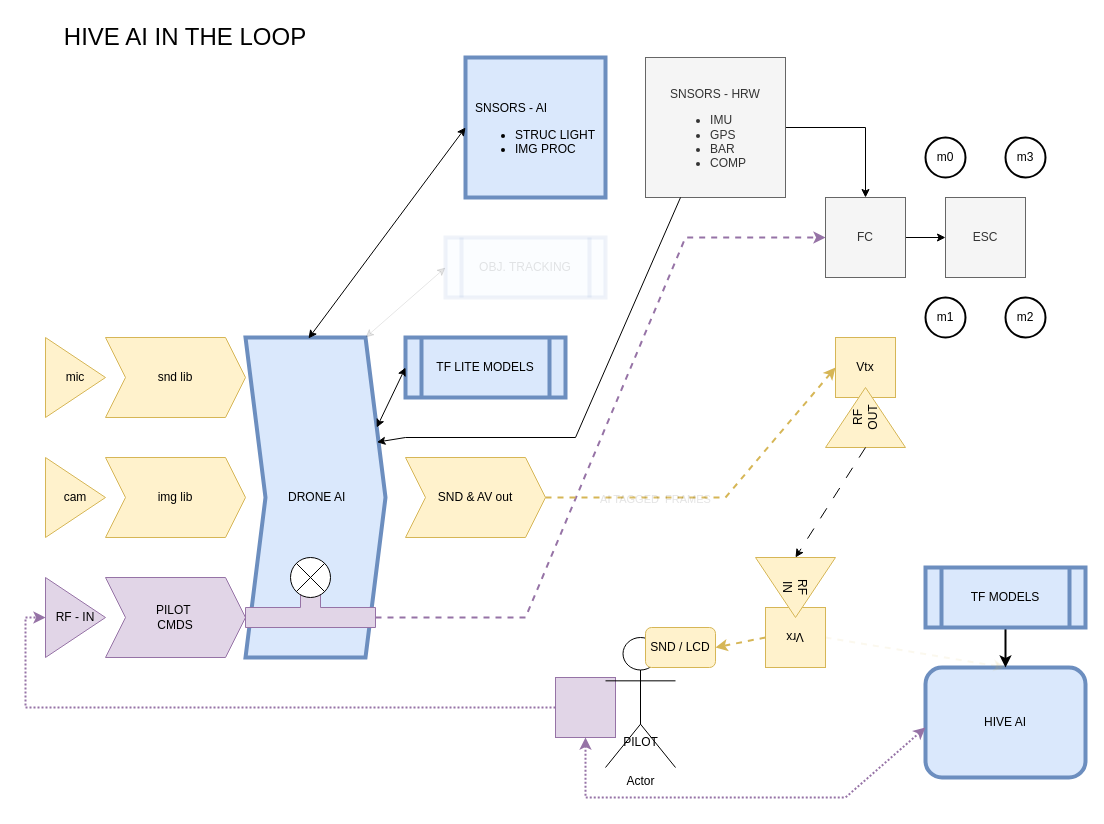
iotech-systems/ai-in-the-loop keeps this draw.io diagram as docs/aiitl-full-pipe-v0.drawio. Above is the earlier version. Source tidied: cells renumbered, new cells numbered last; positions are measured from the earlier drawing's top-left corner, leaving out a move shared by most shapes. Both pictures are drawn from the tidied source at 100%, with x=0, y=0 at pixel (45, 17).
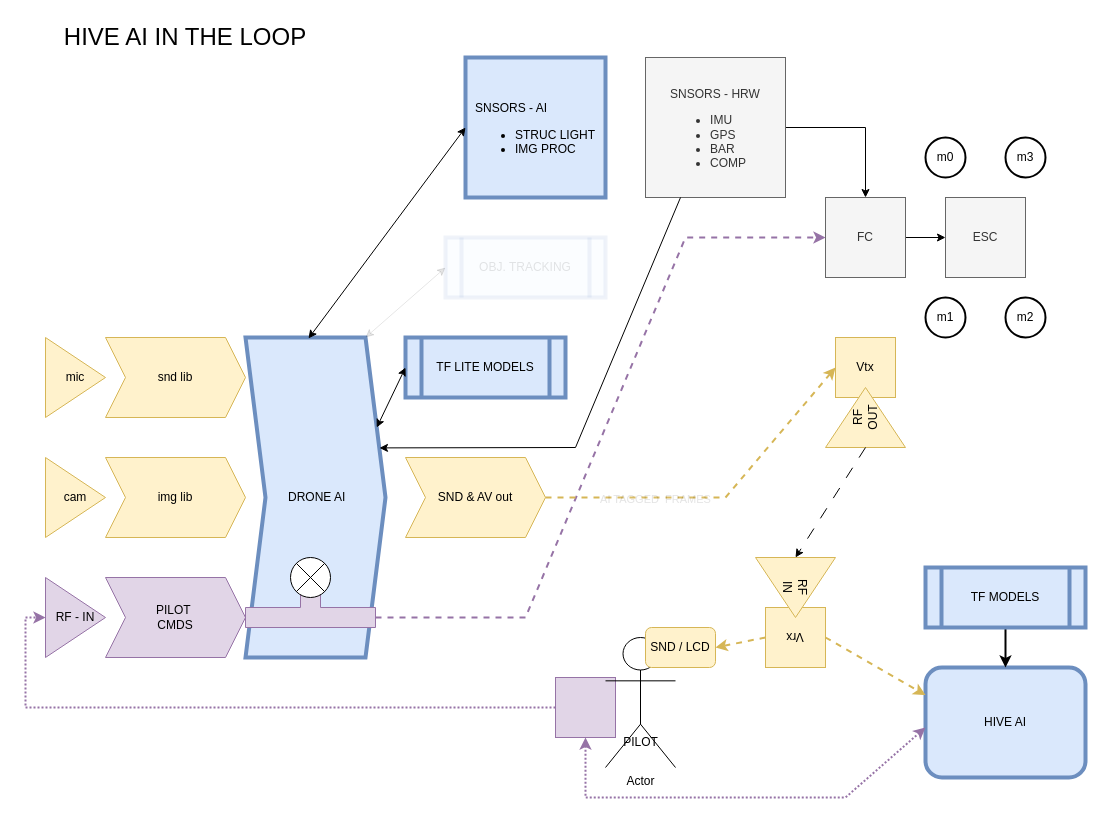
After the change.

The change refers to these unchanged cells:
```xml
<mxCell id="14" value="&lt;div align=&quot;left&quot;&gt;&lt;br&gt;&lt;/div&gt;&lt;div align=&quot;left&quot;&gt;&lt;br&gt;&lt;/div&gt;&lt;div align=&quot;left&quot;&gt;&lt;br&gt;&lt;/div&gt;&lt;div align=&quot;left&quot;&gt;SNSORS - HRW&lt;br&gt;&lt;/div&gt;&lt;div align=&quot;left&quot;&gt;&lt;ul&gt;&lt;li&gt;IMU&lt;/li&gt;&lt;li&gt;GPS&lt;/li&gt;&lt;li&gt;BAR&lt;/li&gt;&lt;li&gt;COMP&lt;/li&gt;&lt;/ul&gt;&lt;/div&gt;&lt;div&gt;&lt;br&gt;&lt;/div&gt;&lt;div&gt;&lt;br&gt;&lt;/div&gt;" style="whiteSpace=wrap;html=1;fillColor=#f5f5f5;fontColor=#333333;strokeColor=#666666;" parent="1" vertex="1">
  <mxGeometry x="600" y="40" width="140" height="140" as="geometry" />
</mxCell>
<mxCell id="24" value="&lt;div&gt;&amp;nbsp;DRONE AI&lt;/div&gt;" style="shape=step;perimeter=stepPerimeter;whiteSpace=wrap;html=1;fixedSize=1;fillColor=#dae8fc;strokeColor=#6c8ebf;strokeWidth=4;" parent="23" vertex="1">
  <mxGeometry width="140" height="320" as="geometry" />
</mxCell>
<mxCell id="31" value="&lt;div&gt;Vrx&lt;/div&gt;" style="whiteSpace=wrap;html=1;fillColor=#fff2cc;strokeColor=#d6b656;rotation=-180;" parent="30" vertex="1">
  <mxGeometry x="10" y="50" width="60" height="60" as="geometry" />
</mxCell>
<mxCell id="36" value="&lt;div&gt;HIVE AI&lt;/div&gt;" style="rounded=1;whiteSpace=wrap;html=1;fillColor=#dae8fc;strokeColor=#6c8ebf;strokeWidth=4;" parent="1" vertex="1">
  <mxGeometry x="880" y="650" width="160" height="110" as="geometry" />
</mxCell>
```

The edit, as a diff of the source:
```diff
@@
-    <mxCell id="37" style="endArrow=classic;html=1;rounded=0;entryX=0.5;entryY=0;entryDx=0;entryDy=0;strokeWidth=2;fillColor=#fff2cc;strokeColor=#d6b656;dashed=1;exitX=0;exitY=0.5;exitDx=0;exitDy=0;textOpacity=10;opacity=10;" parent="1" edge="1" source="31" target="36">
+    <mxCell id="37" style="endArrow=classic;html=1;rounded=0;entryX=0;entryY=0.25;entryDx=0;entryDy=0;strokeWidth=2;fillColor=#fff2cc;strokeColor=#d6b656;dashed=1;exitX=0;exitY=0.5;exitDx=0;exitDy=0;textOpacity=10;" parent="1" edge="1" source="31" target="36">
       <mxGeometry relative="1" as="geometry" />
     </mxCell>
@@
-    <mxCell id="50" style="endArrow=classic;html=1;rounded=0;exitX=0.25;exitY=1;exitDx=0;exitDy=0;entryX=0.939;entryY=0.327;entryDx=0;entryDy=0;entryPerimeter=0;" parent="1" edge="1" source="14" target="24">
+    <mxCell id="50" style="endArrow=classic;html=1;rounded=0;exitX=0.25;exitY=1;exitDx=0;exitDy=0;entryX=0.957;entryY=0.345;entryDx=0;entryDy=0;entryPerimeter=0;" parent="1" edge="1" source="14" target="24">
       <mxGeometry relative="1" as="geometry">
         <Array as="points">
-          <mxPoint x="530" y="420" />
-          <mxPoint x="360" y="420" />
+          <mxPoint x="530" y="430" />
         </Array>
       </mxGeometry>
     </mxCell>
```
